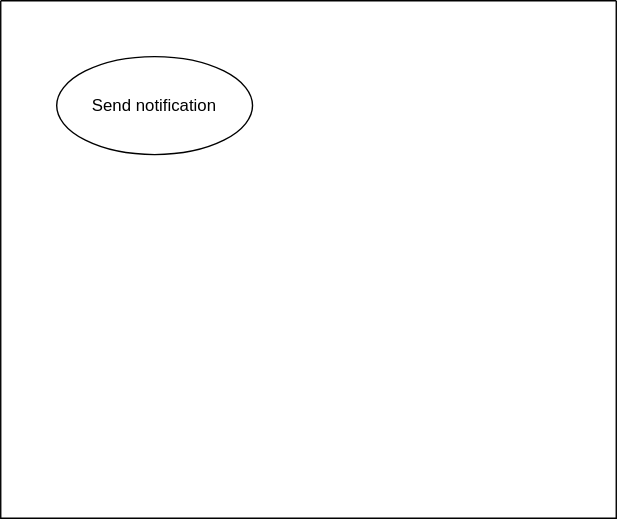
This is Notification & Alert.svg from Simamkele88/IFM3_GP, a draw.io export, as it was before one commit. Source tidied: cells renumbered, new cells last; positions are measured from the earlier drawing's top-left corner, leaving out a move shared by most shapes. The source it was exported from:
```xml
<mxGraphModel>
  <root>
    <mxCell id="0" />
    <mxCell id="1" parent="0" />
    <mxCell id="2" style="swimlane;startSize=0;" parent="1" vertex="1">
      <mxGeometry width="440" height="370" as="geometry" />
    </mxCell>
    <mxCell id="3" value="Send notification" style="ellipse;whiteSpace=wrap;html=1;" parent="2" vertex="1">
      <mxGeometry x="40" y="40" width="140" height="70" as="geometry" />
    </mxCell>
  </root>
</mxGraphModel>
```
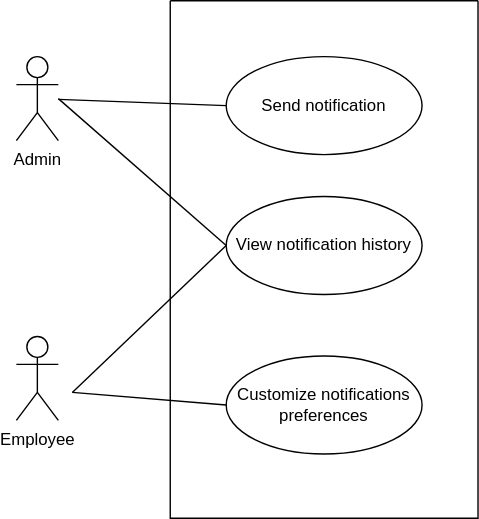
After the commit.

Change to the diagram source:
```diff
@@ -3,10 +3,40 @@
     <mxCell id="0" />
     <mxCell id="1" parent="0" />
     <mxCell id="2" style="swimlane;startSize=0;" parent="1" vertex="1">
-      <mxGeometry width="440" height="370" as="geometry" />
+      <mxGeometry width="220" height="370" as="geometry" />
     </mxCell>
     <mxCell id="3" value="Send notification" style="ellipse;whiteSpace=wrap;html=1;" parent="2" vertex="1">
       <mxGeometry x="40" y="40" width="140" height="70" as="geometry" />
     </mxCell>
+    <mxCell id="4" value="Customize notifications preferences" style="ellipse;whiteSpace=wrap;html=1;" parent="2" vertex="1">
+      <mxGeometry x="40" y="254" width="140" height="70" as="geometry" />
+    </mxCell>
+    <mxCell id="5" value="View notification history" style="ellipse;whiteSpace=wrap;html=1;" parent="2" vertex="1">
+      <mxGeometry x="40" y="140" width="140" height="70" as="geometry" />
+    </mxCell>
+    <mxCell id="6" value="Admin" style="shape=umlActor;verticalLabelPosition=bottom;verticalAlign=top;html=1;" parent="1" vertex="1">
+      <mxGeometry x="-110" y="40" width="30" height="60" as="geometry" />
+    </mxCell>
+    <mxCell id="7" value="Employee" style="shape=umlActor;verticalLabelPosition=bottom;verticalAlign=top;html=1;" parent="1" vertex="1">
+      <mxGeometry x="-110" y="240" width="30" height="60" as="geometry" />
+    </mxCell>
+    <mxCell id="8" style="endArrow=none;html=1;rounded=0;entryX=0;entryY=0.5;entryDx=0;entryDy=0;" parent="1" edge="1" source="6" target="3">
+      <mxGeometry relative="1" as="geometry" />
+    </mxCell>
+    <mxCell id="9" style="endArrow=none;html=1;rounded=0;entryX=0;entryY=0.5;entryDx=0;entryDy=0;" parent="1" edge="1" target="4">
+      <mxGeometry relative="1" as="geometry">
+        <mxPoint x="-70" y="280" as="sourcePoint" />
+      </mxGeometry>
+    </mxCell>
+    <mxCell id="10" style="endArrow=none;html=1;rounded=0;entryX=0;entryY=0.5;entryDx=0;entryDy=0;" parent="1" edge="1" target="5">
+      <mxGeometry relative="1" as="geometry">
+        <mxPoint x="-70" y="280" as="sourcePoint" />
+      </mxGeometry>
+    </mxCell>
+    <mxCell id="11" style="endArrow=none;html=1;rounded=0;entryX=0;entryY=0.5;entryDx=0;entryDy=0;" parent="1" edge="1" target="5">
+      <mxGeometry relative="1" as="geometry">
+        <mxPoint x="-80" y="70" as="sourcePoint" />
+      </mxGeometry>
+    </mxCell>
   </root>
 </mxGraphModel>
```
